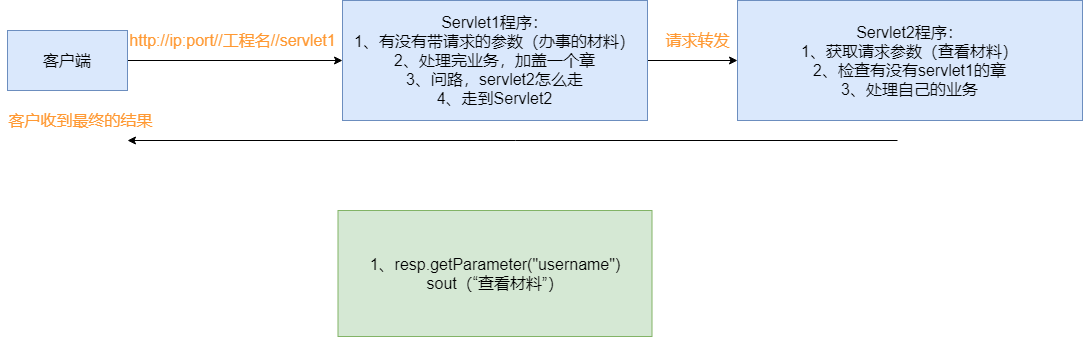
This is web-Page-2.png from kusuzi/LearnJava, a draw.io export, as it was before one commit. Source tidied: cells renumbered, new cells last; positions are measured from the earlier drawing's top-left corner, leaving out a move shared by most shapes.
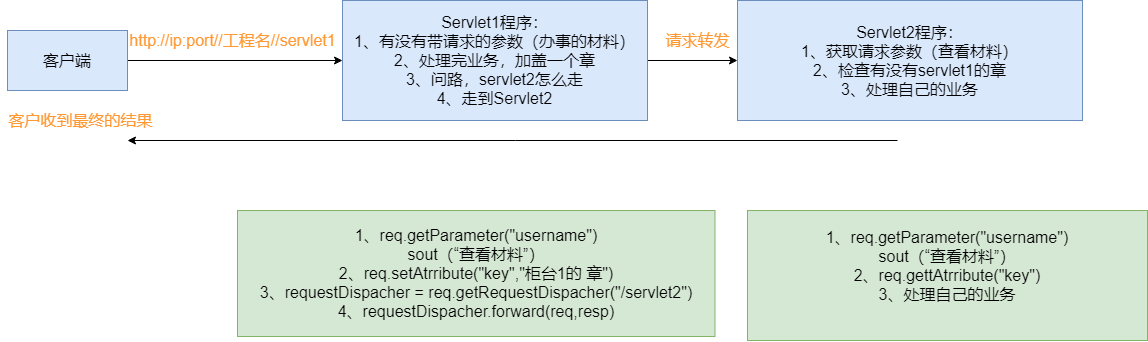
After the change.

What changed in the source:
```diff
@@ -32,8 +32,11 @@
     <mxCell id="10" value="客户收到最终的结果" style="text;html=1;align=center;verticalAlign=middle;strokeColor=none;fontSize=16;fontColor=#FF9933;" parent="1" vertex="1">
       <mxGeometry y="110" width="160" height="20" as="geometry" />
     </mxCell>
-    <mxCell id="11" value="1、resp.getParameter(&quot;username&quot;)&lt;br&gt;sout（“查看材料”）&lt;br&gt;" style="rounded=0;whiteSpace=wrap;html=1;fontSize=16;strokeColor=#82b366;fillColor=#d5e8d4;" parent="1" vertex="1">
-      <mxGeometry x="337.5" y="210" width="314" height="126" as="geometry" />
+    <mxCell id="11" value="1、req.getParameter(&quot;username&quot;)&lt;br&gt;sout（“查看材料”）&lt;br&gt;2、req.setAtrribute(&quot;key&quot;,&quot;柜台1的&amp;nbsp;章&quot;)&lt;br&gt;3、requestDispacher = req.getRequestDispacher(&quot;/servlet2&quot;)&lt;br&gt;4、requestDispacher.forward(req,resp)" style="rounded=0;whiteSpace=wrap;html=1;fontSize=16;strokeColor=#82b366;fillColor=#d5e8d4;" parent="1" vertex="1">
+      <mxGeometry x="237" y="210" width="477.5" height="126" as="geometry" />
     </mxCell>
+    <mxCell id="12" value="&lt;span style=&quot;font-size: 16px&quot;&gt;1、req.getParameter(&quot;username&quot;)&lt;br&gt;&lt;/span&gt;&lt;span style=&quot;font-size: 16px&quot;&gt;sout（“查看材料”）&lt;br&gt;&lt;/span&gt;&lt;span style=&quot;font-size: 16px&quot;&gt;2、&lt;/span&gt;&lt;span style=&quot;font-size: 16px&quot;&gt;req.gettAtrribute(&quot;key&quot;)&lt;br&gt;&lt;/span&gt;&lt;span style=&quot;font-size: 16px&quot;&gt;3、处理自己的业务&lt;br&gt;&lt;br&gt;&lt;/span&gt;" style="rounded=0;whiteSpace=wrap;html=1;fillColor=#d5e8d4;strokeColor=#82b366;" parent="1" vertex="1">
+      <mxGeometry x="747" y="210" width="400" height="130" as="geometry" />
+    </mxCell>
   </root>
 </mxGraphModel>
```
